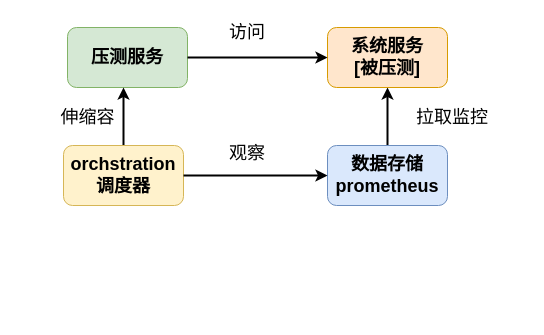
Above: page "压测原理" (12 of 13) of EntryTask.drawio in kimbalhuang/test (draw.io), before the change. Source tidied: cells renumbered, new cells numbered last; positions are measured from the earlier drawing's top-left corner, leaving out a move shared by most shapes. Both pictures are drawn from the tidied source at 100%, with x=0, y=0 at pixel (47, 17).
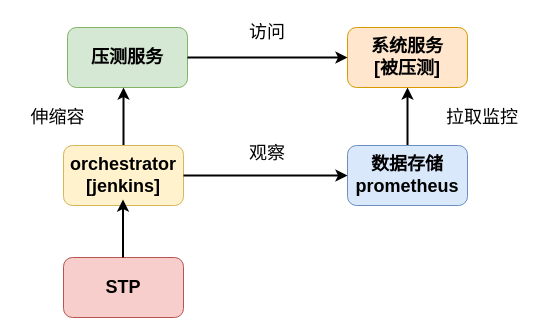
After the change.

Change to the diagram source:
```diff
@@
 <mxGraphModel>
   <root>
     <mxCell id="0" />
     <mxCell id="1" parent="0" />
     <mxCell id="2" style="rounded=0;sketch=0;jettySize=auto;html=1;entryX=0.5;entryY=0;entryDx=0;entryDy=0;fontSize=20;strokeWidth=2;startArrow=classic;startFill=1;endArrow=none;endFill=0;fontStyle=1;exitX=0.5;exitY=1;exitDx=0;exitDy=0;" parent="1" edge="1" source="7" target="5">
       <mxGeometry relative="1" as="geometry" />
     </mxCell>
     <mxCell id="3" value="压测服务" style="rounded=1;whiteSpace=wrap;html=1;fontSize=18;fillColor=#d5e8d4;strokeColor=#82b366;fontStyle=1;" parent="1" vertex="1">
       <mxGeometry x="20" y="10" width="120" height="60" as="geometry" />
     </mxCell>
     <mxCell id="4" style="edgeStyle=none;rounded=0;sketch=0;jettySize=auto;html=1;fontSize=20;strokeWidth=2;entryX=0.5;entryY=0;entryDx=0;entryDy=0;startArrow=classic;startFill=1;endArrow=none;endFill=0;fontStyle=1;" parent="1" edge="1" target="6">
       <mxGeometry relative="1" as="geometry">
         <mxPoint x="76" y="70" as="sourcePoint" />
       </mxGeometry>
     </mxCell>
     <mxCell id="5" value="数据存储&lt;br&gt;prometheus" style="rounded=1;whiteSpace=wrap;html=1;fontSize=18;fillColor=#dae8fc;strokeColor=#6c8ebf;fontStyle=1;" parent="1" vertex="1">
-      <mxGeometry x="280" y="128" width="120" height="60" as="geometry" />
+      <mxGeometry x="300" y="128" width="120" height="60" as="geometry" />
     </mxCell>
-    <mxCell id="6" value="orchstration&lt;br&gt;调度器" style="rounded=1;whiteSpace=wrap;html=1;fontSize=18;fillColor=#fff2cc;strokeColor=#d6b656;fontStyle=1;" parent="1" vertex="1">
+    <mxCell id="6" value="orchestrator&lt;br&gt;[jenkins]" style="rounded=1;whiteSpace=wrap;html=1;fontSize=18;fillColor=#fff2cc;strokeColor=#d6b656;fontStyle=1;" parent="1" vertex="1">
       <mxGeometry x="16" y="128" width="120" height="60" as="geometry" />
     </mxCell>
     <mxCell id="7" value="系统服务&lt;br&gt;[被压测]" style="rounded=1;whiteSpace=wrap;html=1;fontSize=18;fillColor=#ffe6cc;strokeColor=#d79b00;fontStyle=1;" parent="1" vertex="1">
-      <mxGeometry x="280" y="10" width="120" height="60" as="geometry" />
+      <mxGeometry x="300" y="10" width="120" height="60" as="geometry" />
     </mxCell>
     <mxCell id="8" style="edgeStyle=none;rounded=0;sketch=0;jettySize=auto;html=1;fontFamily=Helvetica;fontSize=16;fontColor=default;strokeWidth=2;fontStyle=1;entryX=0;entryY=0.5;entryDx=0;entryDy=0;exitX=1;exitY=0.5;exitDx=0;exitDy=0;" parent="1" edge="1" source="6" target="5">
       <mxGeometry relative="1" as="geometry" />
     </mxCell>
     <mxCell id="9" value="&lt;font style=&quot;font-size: 18px;&quot;&gt;观察&lt;/font&gt;" style="text;html=1;strokeColor=none;fillColor=none;align=center;verticalAlign=middle;whiteSpace=wrap;rounded=0;fontSize=20;fontStyle=0;" parent="1" vertex="1">
-      <mxGeometry x="170" y="120" width="60" height="30" as="geometry" />
+      <mxGeometry x="190" y="120" width="60" height="30" as="geometry" />
     </mxCell>
     <mxCell id="10" style="edgeStyle=none;rounded=0;sketch=0;jettySize=auto;html=1;fontSize=20;strokeWidth=2;startArrow=none;startFill=0;endArrow=classic;endFill=1;fontStyle=1;exitX=1;exitY=0.5;exitDx=0;exitDy=0;" parent="1" edge="1" source="3" target="7">
       <mxGeometry relative="1" as="geometry" />
     </mxCell>
     <mxCell id="11" value="伸缩容" style="text;html=1;align=center;verticalAlign=middle;strokeColor=none;fillColor=none;fontSize=18;" parent="1" vertex="1">
-      <mxGeometry y="80" width="80" height="40" as="geometry" />
+      <mxGeometry x="-30" y="80" width="80" height="40" as="geometry" />
     </mxCell>
     <mxCell id="12" value="访问" style="text;html=1;strokeColor=none;fillColor=none;align=center;verticalAlign=middle;whiteSpace=wrap;rounded=0;fontSize=18;fontStyle=0;" parent="1" vertex="1">
-      <mxGeometry x="170" width="60" height="30" as="geometry" />
+      <mxGeometry x="190" width="60" height="30" as="geometry" />
     </mxCell>
     <mxCell id="13" value="拉取监控" style="text;html=1;strokeColor=none;fillColor=none;align=center;verticalAlign=middle;whiteSpace=wrap;rounded=0;fontSize=18;fontStyle=0;" parent="1" vertex="1">
-      <mxGeometry x="360" y="85" width="90" height="30" as="geometry" />
+      <mxGeometry x="390" y="85" width="90" height="30" as="geometry" />
     </mxCell>
+    <mxCell id="14" value="STP" style="rounded=1;whiteSpace=wrap;html=1;fontSize=18;fillColor=#f8cecc;strokeColor=#b85450;fontStyle=1;" parent="1" vertex="1">
+      <mxGeometry x="16" y="240" width="120" height="60" as="geometry" />
+    </mxCell>
+    <mxCell id="15" style="edgeStyle=none;rounded=0;sketch=0;orthogonalLoop=1;jettySize=auto;html=1;fontSize=20;strokeWidth=2;entryX=0.5;entryY=0;entryDx=0;entryDy=0;startArrow=classic;startFill=1;endArrow=none;endFill=0;fontStyle=1;" parent="1" edge="1">
+      <mxGeometry relative="1" as="geometry">
+        <mxPoint x="75.5" y="182" as="sourcePoint" />
+        <mxPoint x="75.5" y="240" as="targetPoint" />
+      </mxGeometry>
+    </mxCell>
   </root>
 </mxGraphModel>
```
